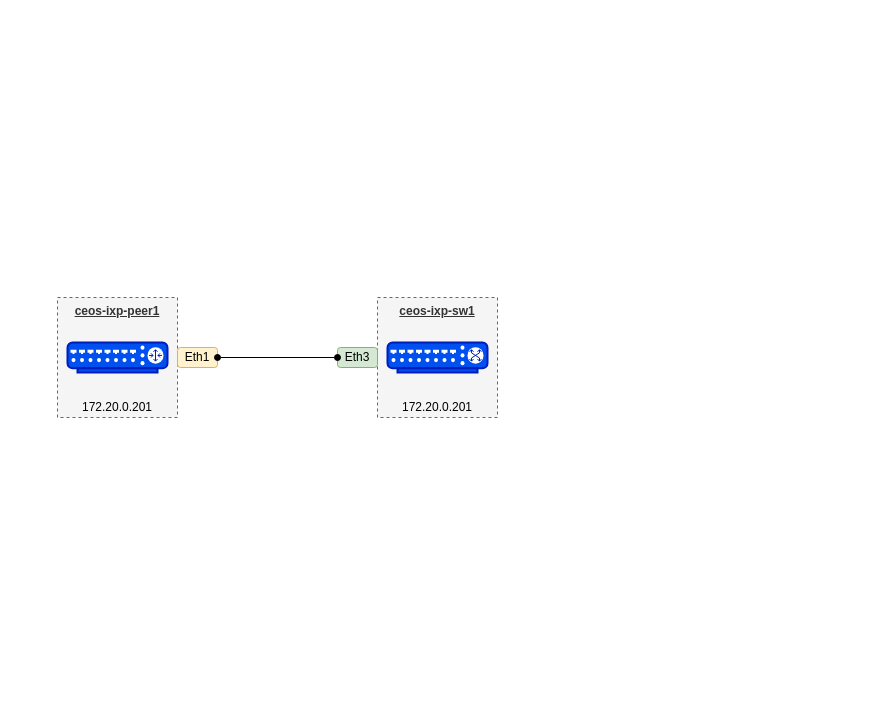
Above: ceos-ixp.drawio in commitconfirmed/draw-io (draw.io), before the change. Source tidied: cells renumbered, new cells numbered last; positions are measured from the earlier drawing's top-left corner, leaving out a move shared by most shapes. Both pictures are drawn from the tidied source at 100%, with x=0, y=0 at pixel (57, 297).
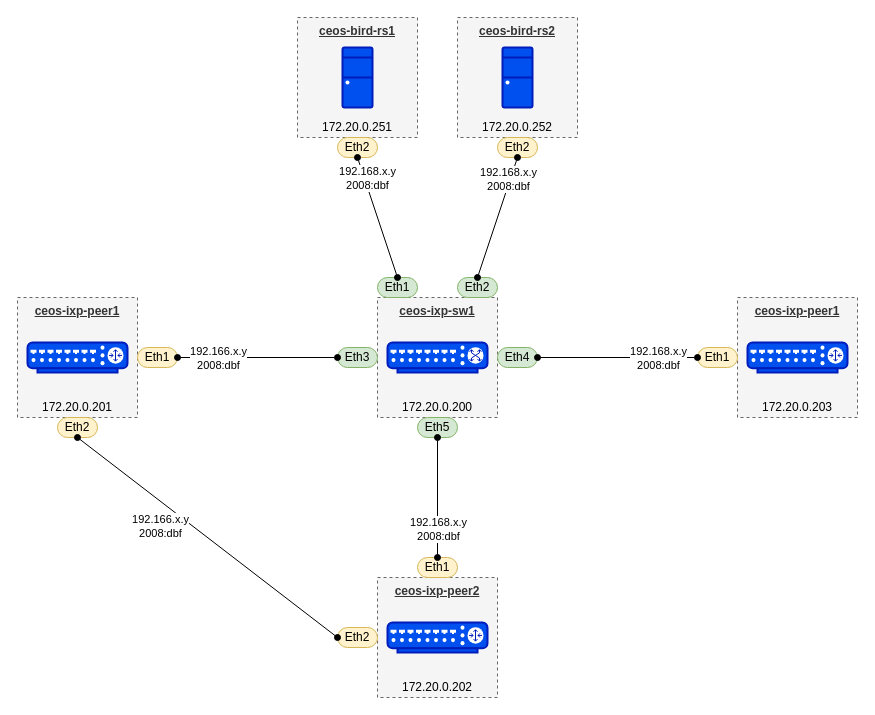
Above is the later version.

Unchanged cells that the change refers to:
```xml
<mxCell id="10" style="rounded=0;jettySize=auto;html=1;exitX=1;exitY=0.5;exitDx=0;exitDy=0;entryX=0;entryY=0.5;entryDx=0;entryDy=0;endArrow=oval;endFill=1;startArrow=oval;startFill=1;" parent="1" edge="1" source="4" target="7">
  <mxGeometry relative="1" as="geometry" />
</mxCell>
```

The edit, as a diff of the source:
```diff
@@
     <mxCell id="2" value="&lt;u&gt;&lt;b&gt;ceos-ixp-peer1&lt;/b&gt;&lt;/u&gt;" style="rounded=0;whiteSpace=wrap;html=1;dashed=1;fillColor=#f5f5f5;strokeColor=#666666;fontColor=#333333;labelPosition=center;verticalLabelPosition=middle;align=center;verticalAlign=top;spacingTop=0;" parent="1" vertex="1">
-      <mxGeometry width="120" height="120" as="geometry" />
+      <mxGeometry x="-40" width="120" height="120" as="geometry" />
     </mxCell>
     <mxCell id="3" style="verticalAlign=top;verticalLabelPosition=bottom;labelPosition=center;align=center;html=1;fillColor=#0050ef;strokeColor=#001DBC;gradientDirection=north;strokeWidth=2;shape=mxgraph.networks.router;fontColor=#ffffff;" parent="1" vertex="1">
-      <mxGeometry x="10" y="45" width="100" height="30" as="geometry" />
+      <mxGeometry x="-30" y="45" width="100" height="30" as="geometry" />
     </mxCell>
-    <mxCell id="4" value="Eth1" style="rounded=1;whiteSpace=wrap;html=1;fillColor=#fff2cc;strokeColor=#d6b656;" parent="1" vertex="1">
-      <mxGeometry x="120" y="50" width="40" height="20" as="geometry" />
+    <mxCell id="4" value="Eth1" style="rounded=1;whiteSpace=wrap;html=1;fillColor=#fff2cc;strokeColor=#d6b656;arcSize=50;" parent="1" vertex="1">
+      <mxGeometry x="80" y="50" width="40" height="20" as="geometry" />
     </mxCell>
     <mxCell id="5" value="172.20.0.201" style="text;html=1;align=center;verticalAlign=middle;whiteSpace=wrap;rounded=0;" parent="1" vertex="1">
-      <mxGeometry y="100" width="120" height="20" as="geometry" />
+      <mxGeometry x="-40" y="100" width="120" height="20" as="geometry" />
     </mxCell>
@@
-    <mxCell id="7" value="Eth3" style="rounded=1;whiteSpace=wrap;html=1;fillColor=#d5e8d4;strokeColor=#82b366;" parent="1" vertex="1">
+    <mxCell id="7" value="Eth3" style="rounded=1;whiteSpace=wrap;html=1;fillColor=#d5e8d4;strokeColor=#82b366;arcSize=50;" parent="1" vertex="1">
       <mxGeometry x="280" y="50" width="40" height="20" as="geometry" />
     </mxCell>
-    <mxCell id="8" value="172.20.0.201" style="text;html=1;align=center;verticalAlign=middle;whiteSpace=wrap;rounded=0;" parent="1" vertex="1">
+    <mxCell id="8" value="172.20.0.200" style="text;html=1;align=center;verticalAlign=middle;whiteSpace=wrap;rounded=0;" parent="1" vertex="1">
       <mxGeometry x="320" y="100" width="120" height="20" as="geometry" />
     </mxCell>
@@
+    <mxCell id="11" value="192.166.x.y&lt;div&gt;2008:dbf&lt;/div&gt;" style="edgeLabel;html=1;align=center;verticalAlign=middle;" parent="10" vertex="1">
+      <mxGeometry x="-0.11" y="-3" relative="1" as="geometry">
+        <mxPoint x="-31" y="-3" as="offset" />
+      </mxGeometry>
+    </mxCell>
+    <mxCell id="12" value="&lt;u&gt;&lt;b&gt;ceos-bird-rs1&lt;/b&gt;&lt;/u&gt;" style="rounded=0;whiteSpace=wrap;html=1;dashed=1;fillColor=#f5f5f5;strokeColor=#666666;fontColor=#333333;labelPosition=center;verticalLabelPosition=middle;align=center;verticalAlign=top;spacingTop=0;" parent="1" vertex="1">
+      <mxGeometry x="240" y="-280" width="120" height="120" as="geometry" />
+    </mxCell>
+    <mxCell id="13" value="172.20.0.251" style="text;html=1;align=center;verticalAlign=middle;whiteSpace=wrap;rounded=0;" parent="1" vertex="1">
+      <mxGeometry x="240" y="-180" width="120" height="20" as="geometry" />
+    </mxCell>
+    <mxCell id="14" style="fontColor=#ffffff;verticalAlign=top;verticalLabelPosition=bottom;labelPosition=center;align=center;html=1;fillColor=#0050ef;strokeColor=#001DBC;gradientDirection=north;strokeWidth=2;shape=mxgraph.networks.desktop_pc;" parent="1" vertex="1">
+      <mxGeometry x="285" y="-250" width="30" height="60" as="geometry" />
+    </mxCell>
+    <mxCell id="15" value="Eth2" style="rounded=1;whiteSpace=wrap;html=1;fillColor=#fff2cc;strokeColor=#d6b656;arcSize=50;" parent="1" vertex="1">
+      <mxGeometry x="280" y="-160" width="40" height="20" as="geometry" />
+    </mxCell>
+    <mxCell id="16" value="&lt;u&gt;&lt;b&gt;ceos-bird-rs2&lt;/b&gt;&lt;/u&gt;" style="rounded=0;whiteSpace=wrap;html=1;dashed=1;fillColor=#f5f5f5;strokeColor=#666666;fontColor=#333333;labelPosition=center;verticalLabelPosition=middle;align=center;verticalAlign=top;spacingTop=0;" parent="1" vertex="1">
+      <mxGeometry x="400" y="-280" width="120" height="120" as="geometry" />
+    </mxCell>
+    <mxCell id="17" value="172.20.0.252" style="text;html=1;align=center;verticalAlign=middle;whiteSpace=wrap;rounded=0;" parent="1" vertex="1">
+      <mxGeometry x="400" y="-180" width="120" height="20" as="geometry" />
+    </mxCell>
+    <mxCell id="18" style="fontColor=#ffffff;verticalAlign=top;verticalLabelPosition=bottom;labelPosition=center;align=center;html=1;fillColor=#0050ef;strokeColor=#001DBC;gradientDirection=north;strokeWidth=2;shape=mxgraph.networks.desktop_pc;" parent="1" vertex="1">
+      <mxGeometry x="445" y="-250" width="30" height="60" as="geometry" />
+    </mxCell>
+    <mxCell id="19" value="Eth2" style="rounded=1;whiteSpace=wrap;html=1;fillColor=#fff2cc;strokeColor=#d6b656;arcSize=50;" parent="1" vertex="1">
+      <mxGeometry x="440" y="-160" width="40" height="20" as="geometry" />
+    </mxCell>
+    <mxCell id="20" value="Eth1" style="rounded=1;whiteSpace=wrap;html=1;fillColor=#d5e8d4;strokeColor=#82b366;arcSize=50;" parent="1" vertex="1">
+      <mxGeometry x="320" y="-20" width="40" height="20" as="geometry" />
+    </mxCell>
+    <mxCell id="21" value="Eth2" style="rounded=1;whiteSpace=wrap;html=1;fillColor=#d5e8d4;strokeColor=#82b366;arcSize=50;" parent="1" vertex="1">
+      <mxGeometry x="400" y="-20" width="40" height="20" as="geometry" />
+    </mxCell>
+    <mxCell id="22" style="rounded=0;jettySize=auto;html=1;exitX=0.5;exitY=1;exitDx=0;exitDy=0;entryX=0.5;entryY=0;entryDx=0;entryDy=0;endArrow=oval;endFill=1;startArrow=oval;startFill=1;" parent="1" edge="1" source="15" target="20">
+      <mxGeometry relative="1" as="geometry" />
+    </mxCell>
+    <mxCell id="23" value="192.168.x.y&lt;div&gt;2008:dbf&lt;/div&gt;" style="edgeLabel;html=1;align=center;verticalAlign=middle;" parent="22" vertex="1">
+      <mxGeometry x="-0.06" y="1" relative="1" as="geometry">
+        <mxPoint x="-10" y="-35" as="offset" />
+      </mxGeometry>
+    </mxCell>
+    <mxCell id="24" style="rounded=0;jettySize=auto;html=1;exitX=0.5;exitY=1;exitDx=0;exitDy=0;entryX=0.5;entryY=0;entryDx=0;entryDy=0;endArrow=oval;endFill=1;startArrow=oval;startFill=1;" parent="1" edge="1" source="19" target="21">
+      <mxGeometry relative="1" as="geometry" />
+    </mxCell>
+    <mxCell id="25" value="192.168.x.y&lt;div&gt;2008:dbf&lt;/div&gt;" style="edgeLabel;html=1;align=center;verticalAlign=middle;" parent="24" vertex="1">
+      <mxGeometry x="-0.06" y="1" relative="1" as="geometry">
+        <mxPoint x="8" y="-35" as="offset" />
+      </mxGeometry>
+    </mxCell>
+    <mxCell id="26" value="Eth4" style="rounded=1;whiteSpace=wrap;html=1;fillColor=#d5e8d4;strokeColor=#82b366;arcSize=50;" parent="1" vertex="1">
+      <mxGeometry x="440" y="50" width="40" height="20" as="geometry" />
+    </mxCell>
+    <mxCell id="27" value="Eth5" style="rounded=1;whiteSpace=wrap;html=1;fillColor=#d5e8d4;strokeColor=#82b366;arcSize=50;" parent="1" vertex="1">
+      <mxGeometry x="360" y="120" width="40" height="20" as="geometry" />
+    </mxCell>
+    <mxCell id="28" value="&lt;u&gt;&lt;b&gt;ceos-ixp-peer2&lt;/b&gt;&lt;/u&gt;" style="rounded=0;whiteSpace=wrap;html=1;dashed=1;fillColor=#f5f5f5;strokeColor=#666666;fontColor=#333333;labelPosition=center;verticalLabelPosition=middle;align=center;verticalAlign=top;spacingTop=0;" parent="1" vertex="1">
+      <mxGeometry x="320" y="280" width="120" height="120" as="geometry" />
+    </mxCell>
+    <mxCell id="29" style="verticalAlign=top;verticalLabelPosition=bottom;labelPosition=center;align=center;html=1;fillColor=#0050ef;strokeColor=#001DBC;gradientDirection=north;strokeWidth=2;shape=mxgraph.networks.router;fontColor=#ffffff;" parent="1" vertex="1">
+      <mxGeometry x="330" y="325" width="100" height="30" as="geometry" />
+    </mxCell>
+    <mxCell id="30" value="Eth1" style="rounded=1;whiteSpace=wrap;html=1;fillColor=#fff2cc;strokeColor=#d6b656;arcSize=50;" parent="1" vertex="1">
+      <mxGeometry x="360" y="260" width="40" height="20" as="geometry" />
+    </mxCell>
+    <mxCell id="31" value="172.20.0.202" style="text;html=1;align=center;verticalAlign=middle;whiteSpace=wrap;rounded=0;" parent="1" vertex="1">
+      <mxGeometry x="320" y="380" width="120" height="20" as="geometry" />
+    </mxCell>
+    <mxCell id="32" value="Eth2" style="rounded=1;whiteSpace=wrap;html=1;fillColor=#fff2cc;strokeColor=#d6b656;arcSize=50;" parent="1" vertex="1">
+      <mxGeometry x="280" y="330" width="40" height="20" as="geometry" />
+    </mxCell>
+    <mxCell id="33" value="Eth2" style="rounded=1;whiteSpace=wrap;html=1;fillColor=#fff2cc;strokeColor=#d6b656;arcSize=50;" parent="1" vertex="1">
+      <mxGeometry y="120" width="40" height="20" as="geometry" />
+    </mxCell>
+    <mxCell id="34" style="rounded=0;jettySize=auto;html=1;exitX=0.5;exitY=1;exitDx=0;exitDy=0;entryX=0;entryY=0.5;entryDx=0;entryDy=0;endArrow=oval;endFill=1;startArrow=oval;startFill=1;" parent="1" edge="1" source="33" target="32">
+      <mxGeometry relative="1" as="geometry" />
+    </mxCell>
+    <mxCell id="35" value="192.166.x.y&lt;div&gt;2008:dbf&lt;/div&gt;" style="edgeLabel;html=1;align=center;verticalAlign=middle;" parent="34" vertex="1">
+      <mxGeometry x="-0.11" y="-3" relative="1" as="geometry">
+        <mxPoint x="-31" y="-3" as="offset" />
+      </mxGeometry>
+    </mxCell>
+    <mxCell id="36" style="rounded=0;jettySize=auto;html=1;exitX=0.5;exitY=0;exitDx=0;exitDy=0;entryX=0.5;entryY=1;entryDx=0;entryDy=0;endArrow=oval;endFill=1;startArrow=oval;startFill=1;" parent="1" edge="1" source="30" target="27">
+      <mxGeometry relative="1" as="geometry" />
+    </mxCell>
+    <mxCell id="37" value="192.168.x.y&lt;div&gt;2008:dbf&lt;/div&gt;" style="edgeLabel;html=1;align=center;verticalAlign=middle;" parent="36" vertex="1">
+      <mxGeometry x="-0.06" y="1" relative="1" as="geometry">
+        <mxPoint x="1" y="27" as="offset" />
+      </mxGeometry>
+    </mxCell>
+    <mxCell id="38" value="&lt;u&gt;&lt;b&gt;ceos-ixp-peer1&lt;/b&gt;&lt;/u&gt;" style="rounded=0;whiteSpace=wrap;html=1;dashed=1;fillColor=#f5f5f5;strokeColor=#666666;fontColor=#333333;labelPosition=center;verticalLabelPosition=middle;align=center;verticalAlign=top;spacingTop=0;" parent="1" vertex="1">
+      <mxGeometry x="680" width="120" height="120" as="geometry" />
+    </mxCell>
+    <mxCell id="39" style="verticalAlign=top;verticalLabelPosition=bottom;labelPosition=center;align=center;html=1;fillColor=#0050ef;strokeColor=#001DBC;gradientDirection=north;strokeWidth=2;shape=mxgraph.networks.router;fontColor=#ffffff;" parent="1" vertex="1">
+      <mxGeometry x="690" y="45" width="100" height="30" as="geometry" />
+    </mxCell>
+    <mxCell id="40" value="Eth1" style="rounded=1;whiteSpace=wrap;html=1;fillColor=#fff2cc;strokeColor=#d6b656;arcSize=50;" parent="1" vertex="1">
+      <mxGeometry x="640" y="50" width="40" height="20" as="geometry" />
+    </mxCell>
+    <mxCell id="41" value="172.20.0.203" style="text;html=1;align=center;verticalAlign=middle;whiteSpace=wrap;rounded=0;" parent="1" vertex="1">
+      <mxGeometry x="680" y="100" width="120" height="20" as="geometry" />
+    </mxCell>
+    <mxCell id="42" style="rounded=0;jettySize=auto;html=1;exitX=0;exitY=0.5;exitDx=0;exitDy=0;entryX=1;entryY=0.5;entryDx=0;entryDy=0;endArrow=oval;endFill=1;startArrow=oval;startFill=1;" parent="1" edge="1" source="40" target="26">
+      <mxGeometry relative="1" as="geometry" />
+    </mxCell>
+    <mxCell id="43" value="192.168.x.y&lt;div&gt;2008:dbf&lt;/div&gt;" style="edgeLabel;html=1;align=center;verticalAlign=middle;" parent="42" vertex="1">
+      <mxGeometry x="-0.06" y="1" relative="1" as="geometry">
+        <mxPoint x="35" y="-1" as="offset" />
+      </mxGeometry>
+    </mxCell>
```
